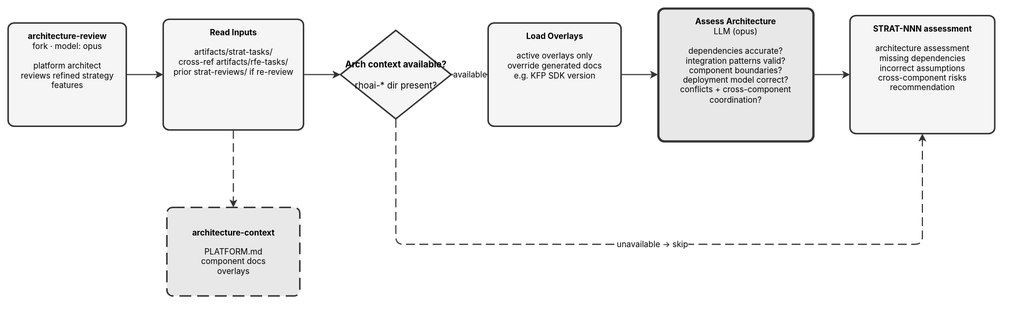
Before: site/docs/plugins/rfe-creator/architecture-review.svg, a diagram exported from draw.io (fege/skills-registry). Source tidied: cells renumbered, new cells last; positions are measured from the earlier drawing's top-left corner, leaving out a move shared by most shapes.
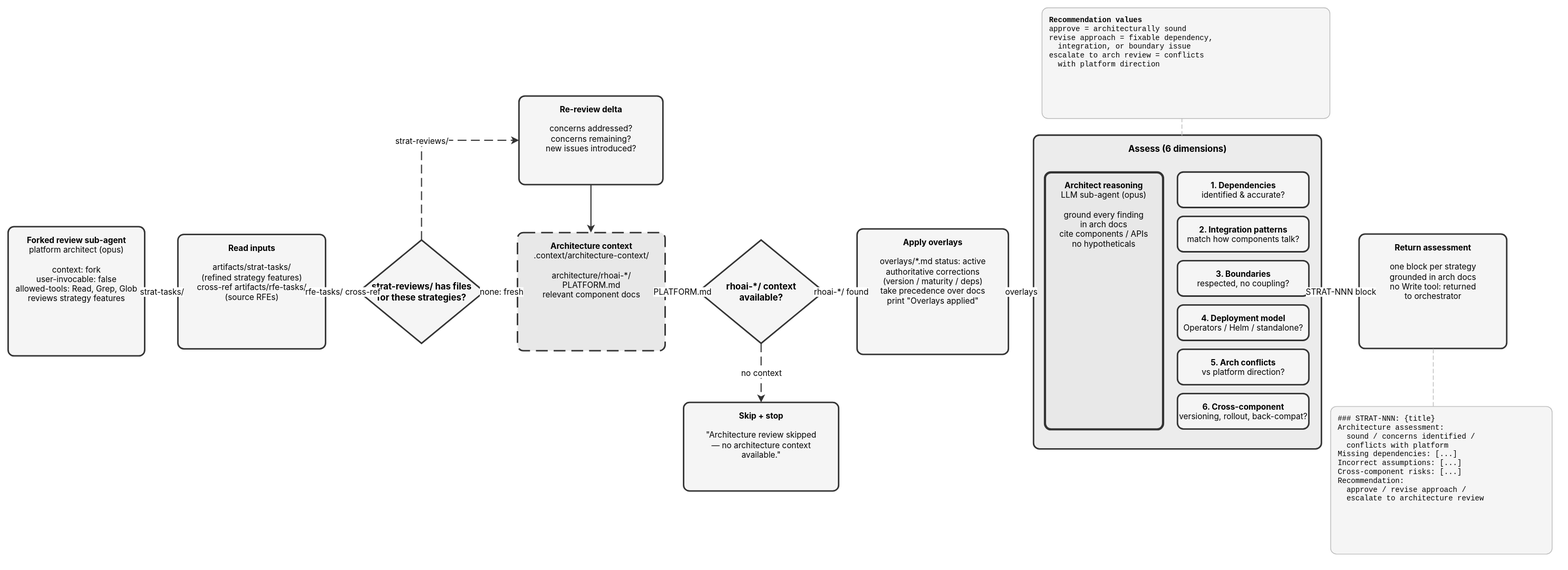
The same file after the commit.

Diff of the diagram source:
```diff
@@ -2,52 +2,102 @@
   <root>
     <mxCell id="0" />
     <mxCell id="1" parent="0" />
-    <mxCell id="2" value="&lt;b&gt;architecture-review&lt;/b&gt;&lt;br&gt;fork &amp;middot; model: opus&lt;br&gt;&lt;br&gt;platform architect&lt;br&gt;reviews refined strategy features" style="rounded=1;whiteSpace=wrap;html=1;fillColor=#f5f5f5;strokeColor=#333333;strokeWidth=2;verticalAlign=top;spacingTop=5;fontSize=11;fontFamily=Inter,Helvetica,Arial,sans-serif;arcSize=16;absoluteArcSize=1;" parent="1" vertex="1">
-      <mxGeometry y="20" width="160" height="140" as="geometry" />
+    <mxCell id="2" value="&lt;b&gt;Forked review sub-agent&lt;/b&gt;&lt;br&gt;platform architect (opus)&lt;br&gt;&lt;br&gt;context: fork&lt;br&gt;user-invocable: false&lt;br&gt;allowed-tools: Read, Grep, Glob&lt;br&gt;reviews strategy features" style="rounded=1;whiteSpace=wrap;html=1;fillColor=#f5f5f5;strokeColor=#333333;strokeWidth=2;verticalAlign=top;spacingTop=5;fontSize=11;fontFamily=Inter,Helvetica,Arial,sans-serif;arcSize=16;absoluteArcSize=1;" parent="1" vertex="1">
+      <mxGeometry x="10" y="302" width="185" height="175" as="geometry" />
     </mxCell>
-    <mxCell id="3" value="&lt;b&gt;Read Inputs&lt;/b&gt;&lt;br&gt;&lt;br&gt;artifacts/strat-tasks/&lt;br&gt;cross-ref artifacts/rfe-tasks/&lt;br&gt;prior strat-reviews/ if re-review" style="rounded=1;whiteSpace=wrap;html=1;fillColor=#f5f5f5;strokeColor=#333333;strokeWidth=2;verticalAlign=top;spacingTop=5;fontSize=11;fontFamily=Inter,Helvetica,Arial,sans-serif;arcSize=16;absoluteArcSize=1;" parent="1" vertex="1">
-      <mxGeometry x="210" y="15" width="190" height="150" as="geometry" />
-    </mxCell>
-    <mxCell id="4" value="&lt;b&gt;Arch context available?&lt;/b&gt;&lt;br&gt;&lt;br&gt;rhoai-* dir present?" style="rhombus;whiteSpace=wrap;html=1;fillColor=#f5f5f5;strokeColor=#333333;strokeWidth=2;fontSize=12;fontFamily=Inter,Helvetica,Arial,sans-serif;" parent="1" vertex="1">
-      <mxGeometry x="450" y="30" width="150" height="120" as="geometry" />
-    </mxCell>
+    <mxCell id="16" value="&lt;b&gt;Read inputs&lt;/b&gt;&lt;br&gt;&lt;br&gt;artifacts/strat-tasks/&lt;br&gt;(refined strategy features)&lt;br&gt;cross-ref artifacts/rfe-tasks/&lt;br&gt;(source RFEs)" style="rounded=1;whiteSpace=wrap;html=1;fillColor=#f5f5f5;strokeColor=#333333;strokeWidth=2;verticalAlign=top;spacingTop=5;fontSize=11;fontFamily=Inter,Helvetica,Arial,sans-serif;arcSize=16;absoluteArcSize=1;" parent="1" vertex="1">
+      <mxGeometry x="240" y="312.5" width="200" height="155" as="geometry" />
+    </mxCell>
+    <mxCell id="17" value="&lt;b&gt;strat-reviews/ has files&lt;br&gt;for these strategies?&lt;/b&gt;" style="rhombus;whiteSpace=wrap;html=1;fillColor=#f5f5f5;strokeColor=#333333;strokeWidth=2;fontSize=12;fontFamily=Inter,Helvetica,Arial,sans-serif;" parent="1" vertex="1">
+      <mxGeometry x="485" y="320" width="170" height="140" as="geometry" />
+    </mxCell>
+    <mxCell id="18" value="&lt;b&gt;Re-review delta&lt;/b&gt;&lt;br&gt;&lt;br&gt;concerns addressed?&lt;br&gt;concerns remaining?&lt;br&gt;new issues introduced?" style="rounded=1;whiteSpace=wrap;html=1;fillColor=#f5f5f5;strokeColor=#333333;strokeWidth=2;verticalAlign=top;spacingTop=5;fontSize=11;fontFamily=Inter,Helvetica,Arial,sans-serif;arcSize=16;absoluteArcSize=1;" parent="1" vertex="1">
+      <mxGeometry x="702" y="125" width="195" height="120" as="geometry" />
+    </mxCell>
+    <mxCell id="19" value="&lt;b&gt;Architecture context&lt;/b&gt;&lt;br&gt;.context/architecture-context/&lt;br&gt;&lt;br&gt;architecture/rhoai-*/&lt;br&gt;PLATFORM.md&lt;br&gt;relevant component docs" style="rounded=1;whiteSpace=wrap;html=1;fillColor=#e8e8e8;strokeColor=#333333;strokeWidth=2;dashed=1;dashPattern=8 4;verticalAlign=top;spacingTop=5;fontSize=11;fontFamily=Inter,Helvetica,Arial,sans-serif;arcSize=16;absoluteArcSize=1;" parent="1" vertex="1">
+      <mxGeometry x="700" y="310" width="200" height="160" as="geometry" />
+    </mxCell>
+    <mxCell id="20" value="&lt;b&gt;rhoai-*/ context&lt;br&gt;available?&lt;/b&gt;" style="rhombus;whiteSpace=wrap;html=1;fillColor=#f5f5f5;strokeColor=#333333;strokeWidth=2;fontSize=12;fontFamily=Inter,Helvetica,Arial,sans-serif;" parent="1" vertex="1">
+      <mxGeometry x="945" y="320" width="170" height="140" as="geometry" />
+    </mxCell>
+    <mxCell id="21" value="&lt;b&gt;Skip + stop&lt;/b&gt;&lt;br&gt;&lt;br&gt;&quot;Architecture review skipped&lt;br&gt;&amp;mdash; no architecture context&lt;br&gt;available.&quot;" style="rounded=1;whiteSpace=wrap;html=1;fillColor=#f5f5f5;strokeColor=#333333;strokeWidth=2;verticalAlign=top;spacingTop=5;fontSize=11;fontFamily=Inter,Helvetica,Arial,sans-serif;arcSize=16;absoluteArcSize=1;" parent="1" vertex="1">
+      <mxGeometry x="925" y="540" width="210" height="120" as="geometry" />
+    </mxCell>
-    <mxCell id="5" value="&lt;b&gt;Load Overlays&lt;/b&gt;&lt;br&gt;&lt;br&gt;active overlays only&lt;br&gt;override generated docs&lt;br&gt;e.g. KFP SDK version" style="rounded=1;whiteSpace=wrap;html=1;fillColor=#f5f5f5;strokeColor=#333333;strokeWidth=2;verticalAlign=top;spacingTop=5;fontSize=11;fontFamily=Inter,Helvetica,Arial,sans-serif;arcSize=16;absoluteArcSize=1;" parent="1" vertex="1">
-      <mxGeometry x="650" y="20" width="180" height="140" as="geometry" />
+    <mxCell id="5" value="&lt;b&gt;Apply overlays&lt;/b&gt;&lt;br&gt;&lt;br&gt;overlays/*.md status: active&lt;br&gt;authoritative corrections&lt;br&gt;(version / maturity / deps)&lt;br&gt;take precedence over docs&lt;br&gt;print &quot;Overlays applied&quot;" style="rounded=1;whiteSpace=wrap;html=1;fillColor=#f5f5f5;strokeColor=#333333;strokeWidth=2;verticalAlign=top;spacingTop=5;fontSize=11;fontFamily=Inter,Helvetica,Arial,sans-serif;arcSize=16;absoluteArcSize=1;" parent="1" vertex="1">
+      <mxGeometry x="1160" y="305" width="205" height="170" as="geometry" />
     </mxCell>
-    <mxCell id="6" value="&lt;b&gt;Assess Architecture&lt;/b&gt;&lt;br&gt;LLM (opus)&lt;br&gt;&lt;br&gt;dependencies accurate?&lt;br&gt;integration patterns valid?&lt;br&gt;component boundaries?&lt;br&gt;deployment model correct?&lt;br&gt;conflicts + cross-component coordination?" style="rounded=1;whiteSpace=wrap;html=1;fillColor=#e8e8e8;strokeColor=#333333;strokeWidth=3;verticalAlign=top;spacingTop=5;fontSize=11;fontFamily=Inter,Helvetica,Arial,sans-serif;double=1;arcSize=16;absoluteArcSize=1;" parent="1" vertex="1">
-      <mxGeometry x="880" width="210" height="180" as="geometry" />
+    <mxCell id="6" value="&lt;b&gt;Assess (6 dimensions)&lt;/b&gt;" style="rounded=1;whiteSpace=wrap;html=1;fillColor=#ececec;strokeColor=#333333;strokeWidth=2;verticalAlign=top;spacingTop=5;fontSize=12;fontStyle=1;fontFamily=Inter,Helvetica,Arial,sans-serif;arcSize=16;absoluteArcSize=1;" parent="1" vertex="1">
+      <mxGeometry x="1399" y="178" width="390" height="425" as="geometry" />
     </mxCell>
-    <mxCell id="7" value="&lt;b&gt;STRAT-NNN assessment&lt;/b&gt;&lt;br&gt;&lt;br&gt;architecture assessment&lt;br&gt;missing dependencies&lt;br&gt;incorrect assumptions&lt;br&gt;cross-component risks&lt;br&gt;recommendation" style="rounded=1;whiteSpace=wrap;html=1;fillColor=#f5f5f5;strokeColor=#333333;strokeWidth=2;verticalAlign=top;spacingTop=5;fontSize=11;fontFamily=Inter,Helvetica,Arial,sans-serif;arcSize=16;absoluteArcSize=1;" parent="1" vertex="1">
-      <mxGeometry x="1140" y="10" width="196" height="160" as="geometry" />
-    </mxCell>
-    <mxCell id="8" value="&lt;b&gt;architecture-context&lt;/b&gt;&lt;br&gt;&lt;br&gt;PLATFORM.md&lt;br&gt;component docs&lt;br&gt;overlays" style="rounded=1;whiteSpace=wrap;html=1;fillColor=#e8e8e8;strokeColor=#333333;strokeWidth=2;dashed=1;dashPattern=8 4;verticalAlign=middle;fontSize=11;fontFamily=Inter,Helvetica,Arial,sans-serif;arcSize=16;absoluteArcSize=1;" parent="1" vertex="1">
-      <mxGeometry x="215" y="270" width="180" height="120" as="geometry" />
-    </mxCell>
-    <mxCell id="9" style="edgeStyle=orthogonalEdgeStyle;rounded=1;strokeColor=#333333;strokeWidth=1.5;html=1;fontFamily=Inter,Helvetica,Arial,sans-serif;exitX=1.0;exitY=0.5;exitDx=0;exitDy=0;entryX=0.0;entryY=0.5;entryDx=0;entryDy=0;" parent="1" edge="1" source="2" target="3">
-      <mxGeometry relative="1" as="geometry" />
-    </mxCell>
-    <mxCell id="10" style="edgeStyle=orthogonalEdgeStyle;rounded=1;strokeColor=#333333;strokeWidth=1.5;html=1;fontFamily=Inter,Helvetica,Arial,sans-serif;exitX=1.0;exitY=0.5;exitDx=0;exitDy=0;entryX=0.0;entryY=0.5;entryDx=0;entryDy=0;" parent="1" edge="1" source="3" target="4">
-      <mxGeometry relative="1" as="geometry" />
-    </mxCell>
-    <mxCell id="11" value="available" style="edgeStyle=orthogonalEdgeStyle;rounded=1;strokeColor=#333333;strokeWidth=1.5;html=1;fontFamily=Inter,Helvetica,Arial,sans-serif;exitX=1.0;exitY=0.5;exitDx=0;exitDy=0;entryX=0.0;entryY=0.5;entryDx=0;entryDy=0;" parent="1" edge="1" source="4" target="5">
-      <mxGeometry relative="1" as="geometry" />
-    </mxCell>
+    <mxCell id="22" value="&lt;b&gt;Architect reasoning&lt;/b&gt;&lt;br&gt;LLM sub-agent (opus)&lt;br&gt;&lt;br&gt;ground every finding&lt;br&gt;in arch docs&lt;br&gt;cite components / APIs&lt;br&gt;no hypotheticals" style="rounded=1;whiteSpace=wrap;html=1;fillColor=#e8e8e8;strokeColor=#333333;strokeWidth=3;verticalAlign=top;spacingTop=5;fontSize=11;fontFamily=Inter,Helvetica,Arial,sans-serif;double=1;arcSize=16;absoluteArcSize=1;" parent="6" vertex="1">
+      <mxGeometry x="15" y="50" width="160" height="348" as="geometry" />
+    </mxCell>
+    <mxCell id="23" value="&lt;b&gt;1. Dependencies&lt;/b&gt;&lt;br&gt;identified &amp; accurate?" style="rounded=1;whiteSpace=wrap;html=1;fillColor=#f5f5f5;strokeColor=#333333;strokeWidth=2;verticalAlign=top;spacingTop=5;fontSize=11;fontFamily=Inter,Helvetica,Arial,sans-serif;arcSize=16;absoluteArcSize=1;" parent="6" vertex="1">
+      <mxGeometry x="195" y="50" width="178" height="48" as="geometry" />
+    </mxCell>
+    <mxCell id="24" value="&lt;b&gt;2. Integration patterns&lt;/b&gt;&lt;br&gt;match how components talk?" style="rounded=1;whiteSpace=wrap;html=1;fillColor=#f5f5f5;strokeColor=#333333;strokeWidth=2;verticalAlign=top;spacingTop=5;fontSize=11;fontFamily=Inter,Helvetica,Arial,sans-serif;arcSize=16;absoluteArcSize=1;" parent="6" vertex="1">
+      <mxGeometry x="195" y="110" width="178" height="48" as="geometry" />
+    </mxCell>
+    <mxCell id="25" value="&lt;b&gt;3. Boundaries&lt;/b&gt;&lt;br&gt;respected, no coupling?" style="rounded=1;whiteSpace=wrap;html=1;fillColor=#f5f5f5;strokeColor=#333333;strokeWidth=2;verticalAlign=top;spacingTop=5;fontSize=11;fontFamily=Inter,Helvetica,Arial,sans-serif;arcSize=16;absoluteArcSize=1;" parent="6" vertex="1">
+      <mxGeometry x="195" y="170" width="178" height="48" as="geometry" />
+    </mxCell>
+    <mxCell id="26" value="&lt;b&gt;4. Deployment model&lt;/b&gt;&lt;br&gt;Operators / Helm / standalone?" style="rounded=1;whiteSpace=wrap;html=1;fillColor=#f5f5f5;strokeColor=#333333;strokeWidth=2;verticalAlign=top;spacingTop=5;fontSize=11;fontFamily=Inter,Helvetica,Arial,sans-serif;arcSize=16;absoluteArcSize=1;" parent="6" vertex="1">
+      <mxGeometry x="195" y="230" width="178" height="48" as="geometry" />
+    </mxCell>
+    <mxCell id="27" value="&lt;b&gt;5. Arch conflicts&lt;/b&gt;&lt;br&gt;vs platform direction?" style="rounded=1;whiteSpace=wrap;html=1;fillColor=#f5f5f5;strokeColor=#333333;strokeWidth=2;verticalAlign=top;spacingTop=5;fontSize=11;fontFamily=Inter,Helvetica,Arial,sans-serif;arcSize=16;absoluteArcSize=1;" parent="6" vertex="1">
+      <mxGeometry x="195" y="290" width="178" height="48" as="geometry" />
+    </mxCell>
+    <mxCell id="28" value="&lt;b&gt;6. Cross-component&lt;/b&gt;&lt;br&gt;versioning, rollout, back-compat?" style="rounded=1;whiteSpace=wrap;html=1;fillColor=#f5f5f5;strokeColor=#333333;strokeWidth=2;verticalAlign=top;spacingTop=5;fontSize=11;fontFamily=Inter,Helvetica,Arial,sans-serif;arcSize=16;absoluteArcSize=1;" parent="6" vertex="1">
+      <mxGeometry x="195" y="350" width="178" height="48" as="geometry" />
+    </mxCell>
+    <mxCell id="29" value="&lt;b&gt;Return assessment&lt;/b&gt;&lt;br&gt;&lt;br&gt;one block per strategy&lt;br&gt;grounded in arch docs&lt;br&gt;no Write tool: returned&lt;br&gt;to orchestrator" style="rounded=1;whiteSpace=wrap;html=1;fillColor=#f5f5f5;strokeColor=#333333;strokeWidth=2;verticalAlign=top;spacingTop=5;fontSize=11;fontFamily=Inter,Helvetica,Arial,sans-serif;arcSize=16;absoluteArcSize=1;" parent="1" vertex="1">
+      <mxGeometry x="1840" y="312" width="200" height="155" as="geometry" />
+    </mxCell>
+    <mxCell id="30" value="&lt;b&gt;Recommendation values&lt;/b&gt;&lt;br&gt;approve = architecturally sound&lt;br&gt;revise approach = fixable dependency,&lt;br&gt;&amp;nbsp;&amp;nbsp;integration, or boundary issue&lt;br&gt;escalate to arch review = conflicts&lt;br&gt;&amp;nbsp;&amp;nbsp;with platform direction" style="rounded=1;whiteSpace=wrap;html=1;fillColor=#f5f5f5;strokeColor=#bbbbbb;strokeWidth=1;verticalAlign=top;spacingTop=5;align=left;spacingLeft=8;fontSize=10;fontFamily=JetBrains Mono,Courier New,monospace;arcSize=16;absoluteArcSize=1;" parent="1" vertex="1">
+      <mxGeometry x="1410" y="5" width="390" height="150" as="geometry" />
+    </mxCell>
+    <mxCell id="31" value="### STRAT-NNN: {title}&lt;br&gt;Architecture assessment:&lt;br&gt;&amp;nbsp;&amp;nbsp;sound / concerns identified /&lt;br&gt;&amp;nbsp;&amp;nbsp;conflicts with platform&lt;br&gt;Missing dependencies: [...]&lt;br&gt;Incorrect assumptions: [...]&lt;br&gt;Cross-component risks: [...]&lt;br&gt;Recommendation:&lt;br&gt;&amp;nbsp;&amp;nbsp;approve / revise approach /&lt;br&gt;&amp;nbsp;&amp;nbsp;escalate to architecture review" style="rounded=1;whiteSpace=wrap;html=1;fillColor=#f5f5f5;strokeColor=#bbbbbb;strokeWidth=1;verticalAlign=top;spacingTop=5;align=left;spacingLeft=8;fontSize=10;fontFamily=JetBrains Mono,Courier New,monospace;arcSize=16;absoluteArcSize=1;" parent="1" vertex="1">
+      <mxGeometry x="1801" y="545" width="300" height="200" as="geometry" />
+    </mxCell>
+    <mxCell id="32" value="strat-tasks/" style="edgeStyle=orthogonalEdgeStyle;rounded=1;strokeColor=#333333;strokeWidth=1.5;html=1;fontFamily=Inter,Helvetica,Arial,sans-serif;exitX=1;exitY=0.5028571428571429;exitDx=0;exitDy=0;entryX=0;entryY=0.5;entryDx=0;entryDy=0;" parent="1" edge="1" source="2" target="16">
+      <mxGeometry relative="1" as="geometry" />
+    </mxCell>
+    <mxCell id="33" value="rfe-tasks/ cross-ref" style="edgeStyle=orthogonalEdgeStyle;rounded=1;strokeColor=#333333;strokeWidth=1.5;html=1;fontFamily=Inter,Helvetica,Arial,sans-serif;exitX=1;exitY=0.5;exitDx=0;exitDy=0;entryX=0;entryY=0.5;entryDx=0;entryDy=0;" parent="1" edge="1" source="16" target="17">
+      <mxGeometry relative="1" as="geometry" />
+    </mxCell>
+    <mxCell id="34" value="strat-reviews/" style="edgeStyle=orthogonalEdgeStyle;rounded=1;strokeColor=#333333;strokeWidth=1.5;dashed=1;dashPattern=8 4;html=1;fontFamily=Inter,Helvetica,Arial,sans-serif;exitX=0.5;exitY=0;exitDx=0;exitDy=0;entryX=0;entryY=0.5;entryDx=0;entryDy=0;" parent="1" edge="1" source="17" target="18">
+      <mxGeometry relative="1" as="geometry">
+        <Array as="points">
+          <mxPoint x="570" y="185" />
+        </Array>
+      </mxGeometry>
+    </mxCell>
+    <mxCell id="35" value="none: fresh" style="edgeStyle=orthogonalEdgeStyle;rounded=1;strokeColor=#333333;strokeWidth=1.5;html=1;fontFamily=Inter,Helvetica,Arial,sans-serif;exitX=1;exitY=0.5;exitDx=0;exitDy=0;entryX=0;entryY=0.5;entryDx=0;entryDy=0;" parent="1" edge="1" source="17" target="19">
+      <mxGeometry relative="1" as="geometry" />
+    </mxCell>
+    <mxCell id="36" style="edgeStyle=orthogonalEdgeStyle;rounded=1;strokeColor=#333333;strokeWidth=1.5;html=1;fontFamily=Inter,Helvetica,Arial,sans-serif;exitX=0.5;exitY=1;exitDx=0;exitDy=0;entryX=0.4975;entryY=0;entryDx=0;entryDy=0;" parent="1" edge="1" source="18" target="19">
+      <mxGeometry relative="1" as="geometry" />
+    </mxCell>
+    <mxCell id="37" value="PLATFORM.md" style="edgeStyle=orthogonalEdgeStyle;rounded=1;strokeColor=#333333;strokeWidth=1.5;html=1;fontFamily=Inter,Helvetica,Arial,sans-serif;exitX=1;exitY=0.5;exitDx=0;exitDy=0;entryX=0;entryY=0.5;entryDx=0;entryDy=0;" parent="1" edge="1" source="19" target="20">
+      <mxGeometry relative="1" as="geometry" />
+    </mxCell>
+    <mxCell id="38" value="rhoai-*/ found" style="edgeStyle=orthogonalEdgeStyle;rounded=1;strokeColor=#333333;strokeWidth=1.5;html=1;fontFamily=Inter,Helvetica,Arial,sans-serif;exitX=1;exitY=0.5;exitDx=0;exitDy=0;entryX=0;entryY=0.5;entryDx=0;entryDy=0;" parent="1" edge="1" source="20" target="5">
+      <mxGeometry relative="1" as="geometry" />
+    </mxCell>
+    <mxCell id="39" value="no context" style="edgeStyle=orthogonalEdgeStyle;rounded=1;strokeColor=#333333;strokeWidth=1.5;dashed=1;dashPattern=8 4;html=1;fontFamily=Inter,Helvetica,Arial,sans-serif;exitX=0.5;exitY=1;exitDx=0;exitDy=0;entryX=0.5;entryY=0;entryDx=0;entryDy=0;" parent="1" edge="1" source="20" target="21">
+      <mxGeometry relative="1" as="geometry" />
+    </mxCell>
-    <mxCell id="12" style="edgeStyle=orthogonalEdgeStyle;rounded=1;strokeColor=#333333;strokeWidth=1.5;html=1;fontFamily=Inter,Helvetica,Arial,sans-serif;exitX=1.0;exitY=0.5;exitDx=0;exitDy=0;entryX=0.0;entryY=0.5;entryDx=0;entryDy=0;" parent="1" edge="1" source="5" target="6">
+    <mxCell id="12" value="overlays" style="edgeStyle=orthogonalEdgeStyle;rounded=1;strokeColor=#333333;strokeWidth=1.5;html=1;fontFamily=Inter,Helvetica,Arial,sans-serif;exitX=1;exitY=0.5;exitDx=0;exitDy=0;entryX=0;entryY=0.4988235294117647;entryDx=0;entryDy=0;" parent="1" edge="1" source="5" target="6">
       <mxGeometry relative="1" as="geometry" />
     </mxCell>
-    <mxCell id="13" style="edgeStyle=orthogonalEdgeStyle;rounded=1;strokeColor=#333333;strokeWidth=1.5;html=1;fontFamily=Inter,Helvetica,Arial,sans-serif;exitX=1.0;exitY=0.5;exitDx=0;exitDy=0;entryX=0.0;entryY=0.5;entryDx=0;entryDy=0;" parent="1" edge="1" source="6" target="7">
-      <mxGeometry relative="1" as="geometry" />
-    </mxCell>
-    <mxCell id="14" value="unavailable &amp;rarr; skip" style="edgeStyle=orthogonalEdgeStyle;rounded=1;strokeColor=#333333;strokeWidth=1.5;html=1;fontFamily=Inter,Helvetica,Arial,sans-serif;dashed=1;dashPattern=8 4;exitX=0.5;exitY=1;exitDx=0;exitDy=0;entryX=0.5;entryY=1;entryDx=0;entryDy=0;" parent="1" edge="1" source="4" target="7">
-      <mxGeometry relative="1" as="geometry">
-        <Array as="points">
-          <mxPoint x="525" y="320" />
-          <mxPoint x="1238" y="320" />
-        </Array>
-      </mxGeometry>
-    </mxCell>
-    <mxCell id="15" style="edgeStyle=orthogonalEdgeStyle;rounded=1;strokeColor=#333333;strokeWidth=1.5;html=1;fontFamily=Inter,Helvetica,Arial,sans-serif;dashed=1;dashPattern=8 4;exitX=0.5;exitY=1;exitDx=0;exitDy=0;entryX=0.5;entryY=0;entryDx=0;entryDy=0;" parent="1" edge="1" source="3" target="8">
-      <mxGeometry relative="1" as="geometry" />
-    </mxCell>
+    <mxCell id="40" value="STRAT-NNN block" style="edgeStyle=orthogonalEdgeStyle;rounded=1;strokeColor=#333333;strokeWidth=1.5;html=1;fontFamily=Inter,Helvetica,Arial,sans-serif;exitX=1;exitY=0.4976470588235294;exitDx=0;exitDy=0;entryX=0;entryY=0.5;entryDx=0;entryDy=0;" parent="1" edge="1" source="6" target="29">
+      <mxGeometry relative="1" as="geometry" />
+    </mxCell>
+    <mxCell id="41" style="edgeStyle=orthogonalEdgeStyle;rounded=1;strokeColor=#bbbbbb;strokeWidth=1;dashed=1;dashPattern=6 3;html=1;endArrow=none;exitX=0.5;exitY=1;exitDx=0;exitDy=0;entryX=0.4633333333333333;entryY=0;entryDx=0;entryDy=0;" parent="1" edge="1" source="29" target="31">
+      <mxGeometry relative="1" as="geometry" />
+    </mxCell>
+    <mxCell id="42" style="edgeStyle=orthogonalEdgeStyle;rounded=1;strokeColor=#bbbbbb;strokeWidth=1;dashed=1;dashPattern=6 3;html=1;endArrow=none;exitX=0.514102564102564;exitY=0;exitDx=0;exitDy=0;entryX=0.4858974358974359;entryY=1;entryDx=0;entryDy=0;" parent="1" edge="1" source="6" target="30">
+      <mxGeometry relative="1" as="geometry" />
+    </mxCell>
   </root>
 </mxGraphModel>
```
